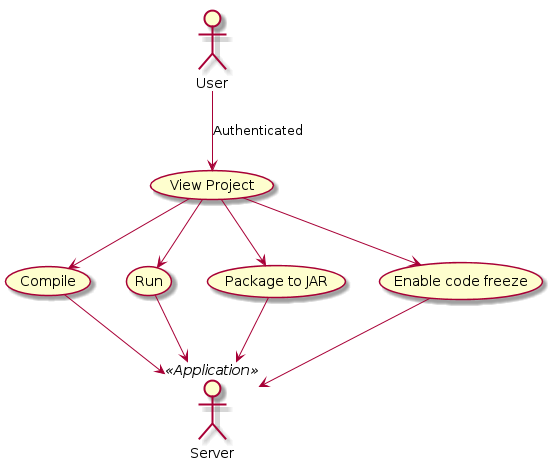
The PlantUML diagram Deliverables/Master Requirements Specification/diagrams/usecase-compiler.png in uidaho/cs383, before a commit.
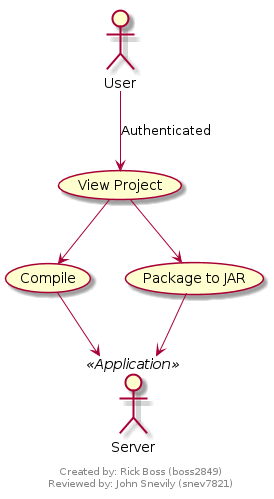
The same file after the commit.

Diff of the diagram source:
```diff
@@ -1,4 +1,10 @@
 @startuml
+scale max 700 width
+
+footer
+Created by: Rick Boss (boss2849)
+Reviewed by: John Snevily (snev7821)
+endfooter
 
 actor User
 actor Server <<Application>>
@@ -7,13 +13,9 @@
 
 User --> view : Authenticated
 view --> (Compile)
-view --> (Run)
 view --> (Package to JAR)
-view --> (Enable code freeze)
 
 (Compile) --> Server
-(Run) --> Server
 (Package to JAR) --> Server
-(Enable code freeze) --> Server
 
 @enduml
```
